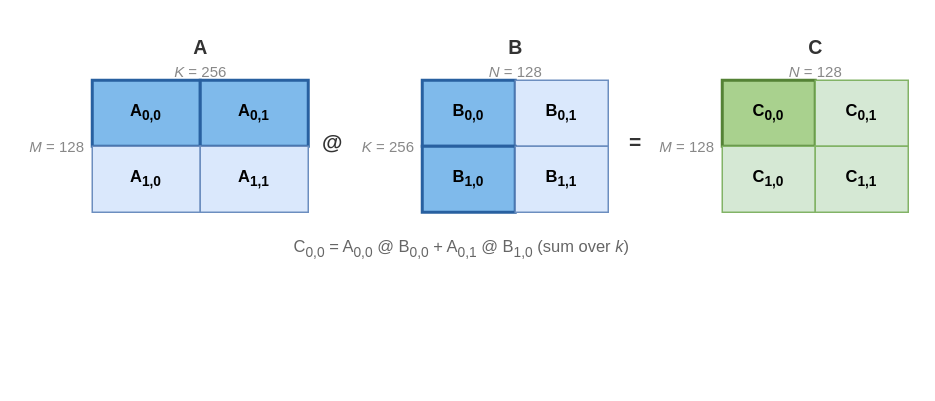
Before: images/basics-puzzle8.drawio in vorushin/pallas_puzzles, a draw.io diagram. Source tidied: cells renumbered, new cells numbered last; positions are measured from the earlier drawing's top-left corner, leaving out a move shared by most shapes. Both pictures are drawn from the tidied source at 150%, with x=0, y=0 at pixel (26, 26).
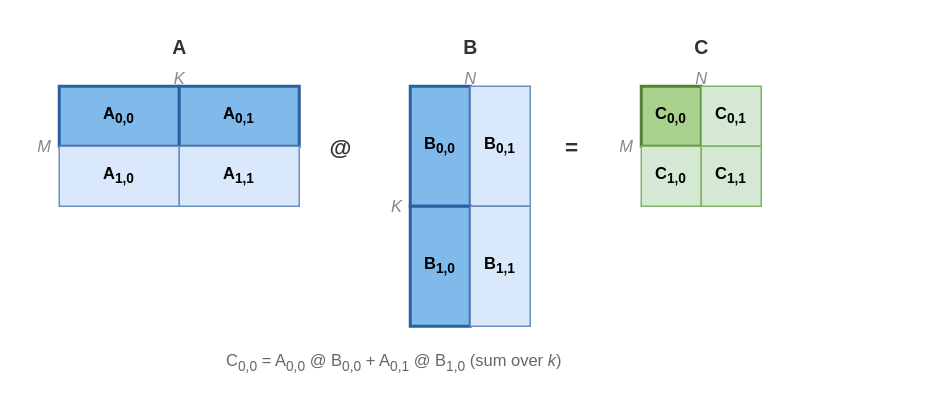
After the change.

Commit message (it also covers changes not shown here):
basics diagrams: redesign Puzzle 8 and 10 with proportional block sizes

Diff of the diagram source:
```diff
@@
     <mxCell id="2" value="&lt;b&gt;A&lt;/b&gt;" style="text;fontSize=13;fontColor=#333333;align=center;html=1;" parent="1" vertex="1">
-      <mxGeometry x="44" width="144" height="18" as="geometry" />
+      <mxGeometry x="22" width="160" height="20" as="geometry" />
     </mxCell>
     <mxCell id="3" value="&lt;b&gt;B&lt;/b&gt;" style="text;fontSize=13;fontColor=#333333;align=center;html=1;" parent="1" vertex="1">
-      <mxGeometry x="264" width="124" height="18" as="geometry" />
+      <mxGeometry x="256" width="80" height="20" as="geometry" />
     </mxCell>
     <mxCell id="4" value="&lt;b&gt;C&lt;/b&gt;" style="text;fontSize=13;fontColor=#333333;align=center;html=1;" parent="1" vertex="1">
-      <mxGeometry x="464" width="124" height="18" as="geometry" />
+      <mxGeometry x="410" width="80" height="20" as="geometry" />
     </mxCell>
-    <mxCell id="5" value="&lt;i&gt;K&lt;/i&gt; = 256" style="text;fontSize=10;fontColor=#888888;align=center;html=1;" parent="1" vertex="1">
-      <mxGeometry x="44" y="18" width="144" height="16" as="geometry" />
+    <mxCell id="5" value="&lt;i&gt;K&lt;/i&gt;" style="text;fontSize=11;fontColor=#888888;align=center;html=1;" parent="1" vertex="1">
+      <mxGeometry x="22" y="22" width="160" height="14" as="geometry" />
     </mxCell>
-    <mxCell id="6" value="&lt;i&gt;N&lt;/i&gt; = 128" style="text;fontSize=10;fontColor=#888888;align=center;html=1;" parent="1" vertex="1">
-      <mxGeometry x="264" y="18" width="124" height="16" as="geometry" />
+    <mxCell id="6" value="&lt;i&gt;N&lt;/i&gt;" style="text;fontSize=11;fontColor=#888888;align=center;html=1;" parent="1" vertex="1">
+      <mxGeometry x="256" y="22" width="80" height="14" as="geometry" />
     </mxCell>
-    <mxCell id="7" value="&lt;i&gt;N&lt;/i&gt; = 128" style="text;fontSize=10;fontColor=#888888;align=center;html=1;" parent="1" vertex="1">
-      <mxGeometry x="464" y="18" width="124" height="16" as="geometry" />
+    <mxCell id="7" value="&lt;i&gt;N&lt;/i&gt;" style="text;fontSize=11;fontColor=#888888;align=center;html=1;" parent="1" vertex="1">
+      <mxGeometry x="410" y="22" width="80" height="14" as="geometry" />
     </mxCell>
-    <mxCell id="8" value="&lt;i&gt;M&lt;/i&gt; = 128" style="text;fontSize=10;fontColor=#888888;align=right;html=1;verticalAlign=middle;" parent="1" vertex="1">
-      <mxGeometry y="36" width="40" height="88" as="geometry" />
+    <mxCell id="8" value="&lt;i&gt;M&lt;/i&gt;" style="text;fontSize=11;fontColor=#888888;align=right;verticalAlign=middle;html=1;" parent="1" vertex="1">
+      <mxGeometry y="40" width="18" height="80" as="geometry" />
     </mxCell>
-    <mxCell id="9" value="&lt;i&gt;K&lt;/i&gt; = 256" style="text;fontSize=10;fontColor=#888888;align=right;html=1;verticalAlign=middle;" parent="1" vertex="1">
-      <mxGeometry x="222" y="36" width="38" height="88" as="geometry" />
+    <mxCell id="9" value="&lt;i&gt;K&lt;/i&gt;" style="text;fontSize=11;fontColor=#888888;align=right;verticalAlign=middle;html=1;" parent="1" vertex="1">
+      <mxGeometry x="234" y="40" width="18" height="160" as="geometry" />
     </mxCell>
-    <mxCell id="10" value="&lt;i&gt;M&lt;/i&gt; = 128" style="text;fontSize=10;fontColor=#888888;align=right;html=1;verticalAlign=middle;" parent="1" vertex="1">
-      <mxGeometry x="420" y="36" width="40" height="88" as="geometry" />
+    <mxCell id="10" value="&lt;i&gt;M&lt;/i&gt;" style="text;fontSize=11;fontColor=#888888;align=right;verticalAlign=middle;html=1;" parent="1" vertex="1">
+      <mxGeometry x="388" y="40" width="18" height="80" as="geometry" />
     </mxCell>
     <mxCell id="11" value="A&lt;sub&gt;0,0&lt;/sub&gt;" style="rounded=0;whiteSpace=wrap;fillColor=#7fbaeb;strokeColor=#2860a0;strokeWidth=2;fontSize=11;fontStyle=1;html=1;" parent="1" vertex="1">
-      <mxGeometry x="44" y="36" width="72" height="44" as="geometry" />
+      <mxGeometry x="22" y="40" width="80" height="40" as="geometry" />
     </mxCell>
     <mxCell id="12" value="A&lt;sub&gt;0,1&lt;/sub&gt;" style="rounded=0;whiteSpace=wrap;fillColor=#7fbaeb;strokeColor=#2860a0;strokeWidth=2;fontSize=11;fontStyle=1;html=1;" parent="1" vertex="1">
-      <mxGeometry x="116" y="36" width="72" height="44" as="geometry" />
+      <mxGeometry x="102" y="40" width="80" height="40" as="geometry" />
     </mxCell>
     <mxCell id="13" value="A&lt;sub&gt;1,0&lt;/sub&gt;" style="rounded=0;whiteSpace=wrap;fillColor=#dae8fc;strokeColor=#6c8ebf;fontSize=11;fontStyle=1;html=1;" parent="1" vertex="1">
-      <mxGeometry x="44" y="80" width="72" height="44" as="geometry" />
+      <mxGeometry x="22" y="80" width="80" height="40" as="geometry" />
     </mxCell>
     <mxCell id="14" value="A&lt;sub&gt;1,1&lt;/sub&gt;" style="rounded=0;whiteSpace=wrap;fillColor=#dae8fc;strokeColor=#6c8ebf;fontSize=11;fontStyle=1;html=1;" parent="1" vertex="1">
-      <mxGeometry x="116" y="80" width="72" height="44" as="geometry" />
+      <mxGeometry x="102" y="80" width="80" height="40" as="geometry" />
     </mxCell>
-    <mxCell id="15" value="@" style="text;fontSize=14;fontColor=#333333;align=center;verticalAlign=middle;html=1;fontStyle=1;" parent="1" vertex="1">
-      <mxGeometry x="192" y="65" width="24" height="24" as="geometry" />
+    <mxCell id="15" value="@" style="text;fontSize=15;fontColor=#333333;align=center;verticalAlign=middle;fontStyle=1;" parent="1" vertex="1">
+      <mxGeometry x="198" y="68" width="24" height="24" as="geometry" />
     </mxCell>
     <mxCell id="16" value="B&lt;sub&gt;0,0&lt;/sub&gt;" style="rounded=0;whiteSpace=wrap;fillColor=#7fbaeb;strokeColor=#2860a0;strokeWidth=2;fontSize=11;fontStyle=1;html=1;" parent="1" vertex="1">
-      <mxGeometry x="264" y="36" width="62" height="44" as="geometry" />
+      <mxGeometry x="256" y="40" width="40" height="80" as="geometry" />
     </mxCell>
     <mxCell id="17" value="B&lt;sub&gt;0,1&lt;/sub&gt;" style="rounded=0;whiteSpace=wrap;fillColor=#dae8fc;strokeColor=#6c8ebf;fontSize=11;fontStyle=1;html=1;" parent="1" vertex="1">
-      <mxGeometry x="326" y="36" width="62" height="44" as="geometry" />
+      <mxGeometry x="296" y="40" width="40" height="80" as="geometry" />
     </mxCell>
     <mxCell id="18" value="B&lt;sub&gt;1,0&lt;/sub&gt;" style="rounded=0;whiteSpace=wrap;fillColor=#7fbaeb;strokeColor=#2860a0;strokeWidth=2;fontSize=11;fontStyle=1;html=1;" parent="1" vertex="1">
-      <mxGeometry x="264" y="80" width="62" height="44" as="geometry" />
+      <mxGeometry x="256" y="120" width="40" height="80" as="geometry" />
     </mxCell>
     <mxCell id="19" value="B&lt;sub&gt;1,1&lt;/sub&gt;" style="rounded=0;whiteSpace=wrap;fillColor=#dae8fc;strokeColor=#6c8ebf;fontSize=11;fontStyle=1;html=1;" parent="1" vertex="1">
-      <mxGeometry x="326" y="80" width="62" height="44" as="geometry" />
+      <mxGeometry x="296" y="120" width="40" height="80" as="geometry" />
     </mxCell>
-    <mxCell id="20" value="=" style="text;fontSize=14;fontColor=#333333;align=center;verticalAlign=middle;html=1;fontStyle=1;" parent="1" vertex="1">
-      <mxGeometry x="394" y="65" width="24" height="24" as="geometry" />
+    <mxCell id="20" value="=" style="text;fontSize=15;fontColor=#333333;align=center;verticalAlign=middle;fontStyle=1;" parent="1" vertex="1">
+      <mxGeometry x="352" y="68" width="24" height="24" as="geometry" />
     </mxCell>
     <mxCell id="21" value="C&lt;sub&gt;0,0&lt;/sub&gt;" style="rounded=0;whiteSpace=wrap;fillColor=#a9d18e;strokeColor=#548235;strokeWidth=2;fontSize=11;fontStyle=1;html=1;" parent="1" vertex="1">
-      <mxGeometry x="464" y="36" width="62" height="44" as="geometry" />
+      <mxGeometry x="410" y="40" width="40" height="40" as="geometry" />
     </mxCell>
     <mxCell id="22" value="C&lt;sub&gt;0,1&lt;/sub&gt;" style="rounded=0;whiteSpace=wrap;fillColor=#d5e8d4;strokeColor=#82b366;fontSize=11;fontStyle=1;html=1;" parent="1" vertex="1">
-      <mxGeometry x="526" y="36" width="62" height="44" as="geometry" />
+      <mxGeometry x="450" y="40" width="40" height="40" as="geometry" />
     </mxCell>
     <mxCell id="23" value="C&lt;sub&gt;1,0&lt;/sub&gt;" style="rounded=0;whiteSpace=wrap;fillColor=#d5e8d4;strokeColor=#82b366;fontSize=11;fontStyle=1;html=1;" parent="1" vertex="1">
-      <mxGeometry x="464" y="80" width="62" height="44" as="geometry" />
+      <mxGeometry x="410" y="80" width="40" height="40" as="geometry" />
     </mxCell>
     <mxCell id="24" value="C&lt;sub&gt;1,1&lt;/sub&gt;" style="rounded=0;whiteSpace=wrap;fillColor=#d5e8d4;strokeColor=#82b366;fontSize=11;fontStyle=1;html=1;" parent="1" vertex="1">
-      <mxGeometry x="526" y="80" width="62" height="44" as="geometry" />
+      <mxGeometry x="450" y="80" width="40" height="40" as="geometry" />
     </mxCell>
-    <mxCell id="25" value="C&lt;sub&gt;0,0&lt;/sub&gt; = A&lt;sub&gt;0,0&lt;/sub&gt; @ B&lt;sub&gt;0,0&lt;/sub&gt; + A&lt;sub&gt;0,1&lt;/sub&gt; @ B&lt;sub&gt;1,0&lt;/sub&gt;  (sum over &lt;i&gt;k&lt;/i&gt;)" style="text;fontSize=11;fontColor=#666666;fontStyle=0;align=center;html=1;" parent="1" vertex="1">
-      <mxGeometry x="40" y="134" width="500" height="20" as="geometry" />
+    <mxCell id="25" value="C&lt;sub&gt;0,0&lt;/sub&gt; = A&lt;sub&gt;0,0&lt;/sub&gt; @ B&lt;sub&gt;0,0&lt;/sub&gt; + A&lt;sub&gt;0,1&lt;/sub&gt; @ B&lt;sub&gt;1,0&lt;/sub&gt;  (sum over &lt;i&gt;k&lt;/i&gt;)" style="text;fontSize=11;fontColor=#666666;align=center;html=1;" parent="1" vertex="1">
+      <mxGeometry x="45" y="210" width="400" height="20" as="geometry" />
     </mxCell>
```
